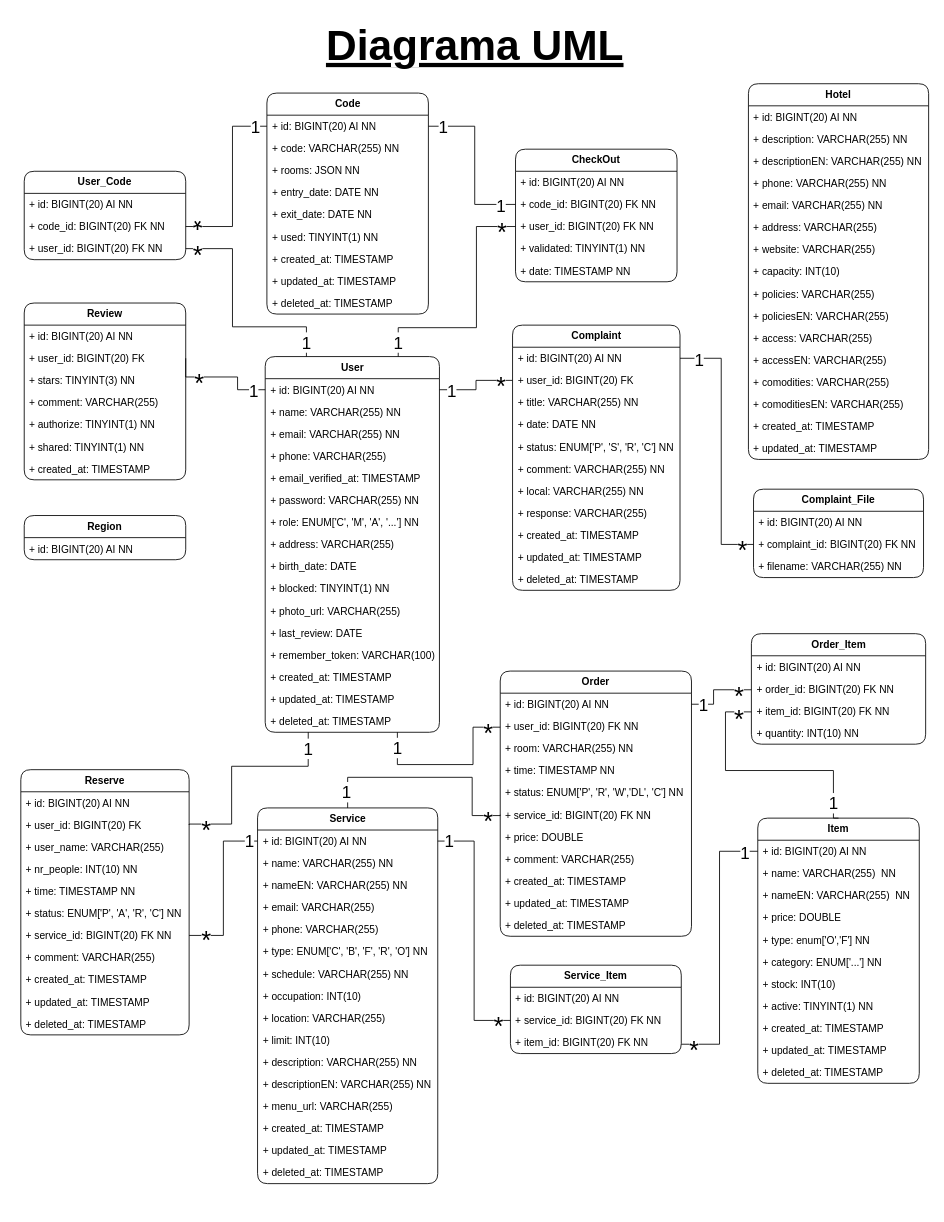
Happy-Guest/HG-Notes keeps this draw.io diagram as page "Diagrama UML" (1 of 2) of HappyGuest.drawio. Above is the earlier version. Source tidied: cells renumbered, new cells numbered last; positions are measured from the earlier drawing's top-left corner, leaving out a move shared by most shapes. Both pictures are drawn from the tidied source at 85%, with x=0, y=0 at pixel (20, 14).
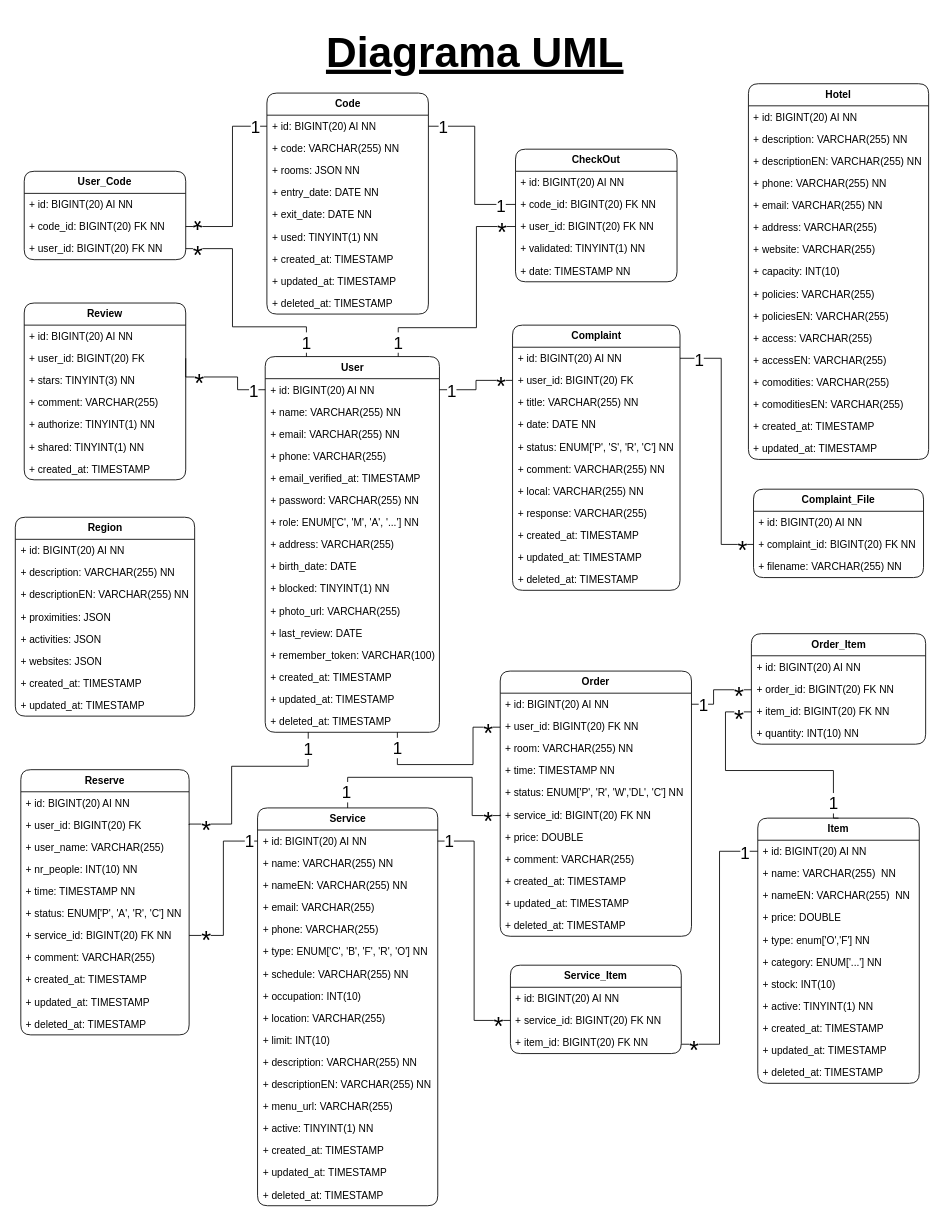
The same diagram, later.

What changed in the source:
```diff
@@
     <mxCell id="19" value="Diagrama UML" style="text;html=1;align=center;verticalAlign=middle;strokeColor=none;fillColor=none;fontSize=50;fontStyle=5;" parent="1" vertex="1">
-      <mxGeometry x="350" width="368" height="72" as="geometry" />
+      <mxGeometry x="350" y="8" width="368" height="72" as="geometry" />
     </mxCell>
@@
     <mxCell id="108" value="&lt;b&gt;Service&lt;br&gt;&lt;/b&gt;" style="swimlane;fontStyle=0;horizontal=1;startSize=26;fillColor=none;whiteSpace=wrap;html=1;perimeterSpacing=0;rounded=1;" parent="1" vertex="1">
-      <mxGeometry x="278.5" y="933" width="212" height="442" as="geometry" />
+      <mxGeometry x="278.5" y="933" width="212" height="468" as="geometry" />
     </mxCell>
@@
+    <mxCell id="190" value="+ active: TINYINT(1) NN" style="text;strokeColor=none;fillColor=none;align=left;verticalAlign=top;spacingLeft=4;spacingRight=4;overflow=hidden;whiteSpace=wrap;html=1;" parent="108" vertex="1">
+      <mxGeometry y="364" width="212" height="26" as="geometry" />
+    </mxCell>
     <mxCell id="122" value="+ created_at: TIMESTAMP" style="text;strokeColor=none;fillColor=none;align=left;verticalAlign=top;spacingLeft=4;spacingRight=4;overflow=hidden;whiteSpace=wrap;html=1;" parent="108" vertex="1">
-      <mxGeometry y="364" width="212" height="26" as="geometry" />
+      <mxGeometry y="390" width="212" height="26" as="geometry" />
     </mxCell>
     <mxCell id="123" value="+ updated_at: TIMESTAMP" style="text;strokeColor=none;fillColor=none;align=left;verticalAlign=top;spacingLeft=4;spacingRight=4;overflow=hidden;whiteSpace=wrap;html=1;" parent="108" vertex="1">
-      <mxGeometry y="390" width="212" height="26" as="geometry" />
+      <mxGeometry y="416" width="212" height="26" as="geometry" />
     </mxCell>
     <mxCell id="124" value="+ deleted_at: TIMESTAMP" style="text;strokeColor=none;fillColor=none;align=left;verticalAlign=top;spacingLeft=4;spacingRight=4;overflow=hidden;whiteSpace=wrap;html=1;" parent="108" vertex="1">
-      <mxGeometry y="416" width="212" height="26" as="geometry" />
+      <mxGeometry y="442" width="212" height="26" as="geometry" />
     </mxCell>
@@
     <mxCell id="163" value="&lt;b&gt;Region&lt;br&gt;&lt;/b&gt;" style="swimlane;fontStyle=0;horizontal=1;startSize=26;fillColor=none;whiteSpace=wrap;html=1;perimeterSpacing=0;rounded=1;" parent="1" vertex="1">
-      <mxGeometry x="4" y="589" width="190" height="52" as="geometry" />
+      <mxGeometry x="-6.5" y="591" width="211" height="234" as="geometry" />
     </mxCell>
     <mxCell id="164" value="+ id: BIGINT(20) AI NN" style="text;strokeColor=none;fillColor=none;align=left;verticalAlign=top;spacingLeft=4;spacingRight=4;overflow=hidden;whiteSpace=wrap;html=1;" parent="163" vertex="1">
-      <mxGeometry y="26" width="190" height="26" as="geometry" />
+      <mxGeometry y="26" width="211" height="26" as="geometry" />
     </mxCell>
+    <mxCell id="191" value="+ description: VARCHAR(255) NN" style="text;strokeColor=none;fillColor=none;align=left;verticalAlign=top;spacingLeft=4;spacingRight=4;overflow=hidden;whiteSpace=wrap;html=1;" parent="163" vertex="1">
+      <mxGeometry y="52" width="211" height="26" as="geometry" />
+    </mxCell>
+    <mxCell id="192" value="+ descriptionEN: VARCHAR(255) NN" style="text;strokeColor=none;fillColor=none;align=left;verticalAlign=top;spacingLeft=4;spacingRight=4;overflow=hidden;whiteSpace=wrap;html=1;" parent="163" vertex="1">
+      <mxGeometry y="78" width="211" height="26" as="geometry" />
+    </mxCell>
+    <mxCell id="193" value="+ proximities: JSON" style="text;strokeColor=none;fillColor=none;align=left;verticalAlign=top;spacingLeft=4;spacingRight=4;overflow=hidden;whiteSpace=wrap;html=1;" parent="163" vertex="1">
+      <mxGeometry y="104" width="211" height="26" as="geometry" />
+    </mxCell>
+    <mxCell id="194" value="+ activities: JSON" style="text;strokeColor=none;fillColor=none;align=left;verticalAlign=top;spacingLeft=4;spacingRight=4;overflow=hidden;whiteSpace=wrap;html=1;" parent="163" vertex="1">
+      <mxGeometry y="130" width="211" height="26" as="geometry" />
+    </mxCell>
+    <mxCell id="195" value="+ websites: JSON" style="text;strokeColor=none;fillColor=none;align=left;verticalAlign=top;spacingLeft=4;spacingRight=4;overflow=hidden;whiteSpace=wrap;html=1;" parent="163" vertex="1">
+      <mxGeometry y="156" width="211" height="26" as="geometry" />
+    </mxCell>
+    <mxCell id="196" value="+ created_at: TIMESTAMP" style="text;strokeColor=none;fillColor=none;align=left;verticalAlign=top;spacingLeft=4;spacingRight=4;overflow=hidden;whiteSpace=wrap;html=1;" parent="163" vertex="1">
+      <mxGeometry y="182" width="211" height="26" as="geometry" />
+    </mxCell>
+    <mxCell id="197" value="+ updated_at: TIMESTAMP" style="text;strokeColor=none;fillColor=none;align=left;verticalAlign=top;spacingLeft=4;spacingRight=4;overflow=hidden;whiteSpace=wrap;html=1;" parent="163" vertex="1">
+      <mxGeometry y="208" width="211" height="26" as="geometry" />
+    </mxCell>
```
